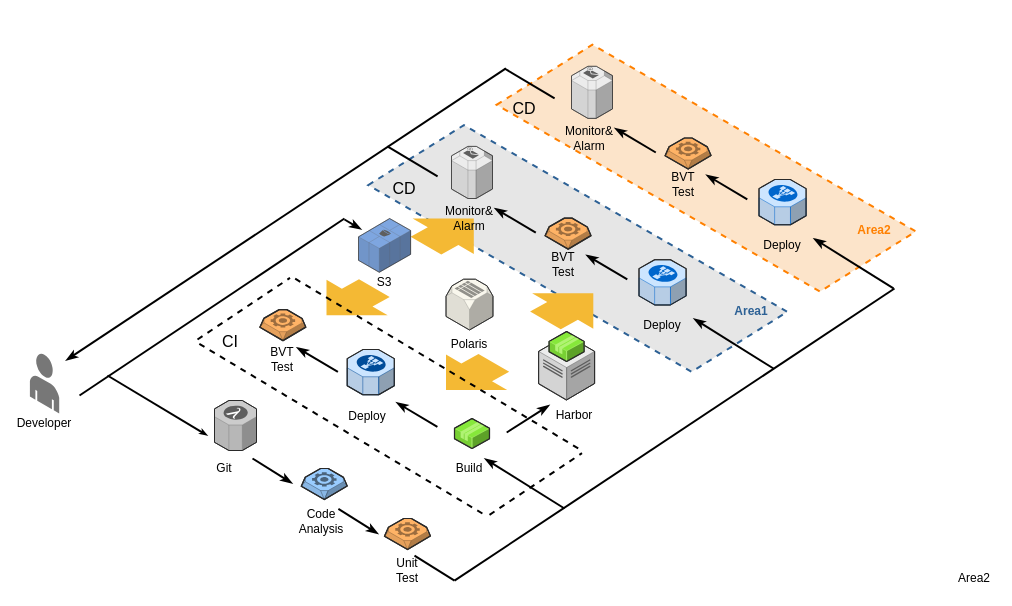
The draw.io diagram page "第 2 页" (2 of 2) of 未命名绘图.drawio in Mr-lixh/diagrams, before the edit. Source tidied: cells renumbered, new cells numbered last; positions are measured from the earlier drawing's top-left corner, leaving out a move shared by most shapes. Both pictures are drawn from the tidied source at 100%, with x=0, y=0 at pixel (24, 66).
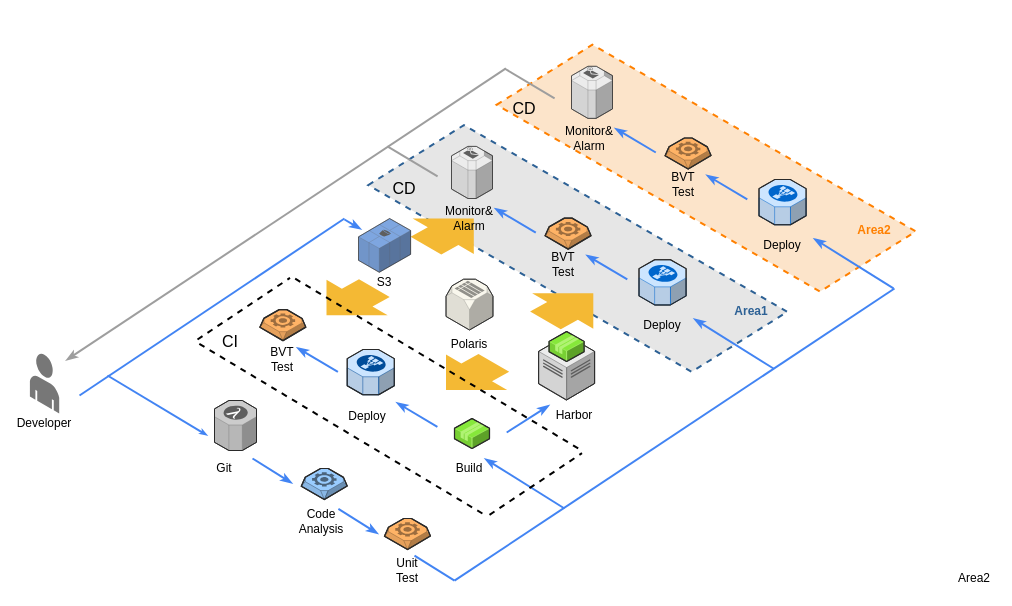
The same page after the edit.

Commit message:
更新未命名绘图.drawio

What changed in the source:
```diff
@@
-    <mxCell id="11" style="endArrow=none;html=1;sourcePerimeterSpacing=8;targetPerimeterSpacing=8;strokeWidth=2;startArrow=none;startFill=0;endFill=0;" parent="1" edge="1">
+    <mxCell id="11" style="endArrow=none;html=1;sourcePerimeterSpacing=8;targetPerimeterSpacing=8;strokeWidth=2;startArrow=none;startFill=0;endFill=0;strokeColor=#4284f3;" parent="1" edge="1">
       <mxGeometry relative="1" as="geometry">
         <mxPoint x="55" y="329" as="sourcePoint" />
         <mxPoint x="320" y="152" as="targetPoint" />
       </mxGeometry>
     </mxCell>
@@
-    <mxCell id="15" style="endArrow=none;html=1;startSize=2;endSize=2;sourcePerimeterSpacing=8;targetPerimeterSpacing=8;strokeWidth=2;endFill=0;startArrow=classicThin;startFill=1;" parent="1" edge="1">
+    <mxCell id="15" style="endArrow=none;html=1;startSize=2;endSize=2;sourcePerimeterSpacing=8;targetPerimeterSpacing=8;strokeWidth=2;endFill=0;startArrow=classicThin;startFill=1;strokeColor=#4284f3;" parent="1" edge="1">
       <mxGeometry relative="1" as="geometry">
         <mxPoint x="183" y="369" as="sourcePoint" />
         <mxPoint x="83" y="309" as="targetPoint" />
       </mxGeometry>
     </mxCell>
@@
-    <mxCell id="20" style="endArrow=classicThin;html=1;sourcePerimeterSpacing=8;targetPerimeterSpacing=8;strokeWidth=2;startArrow=none;startFill=0;endFill=1;" parent="1" edge="1">
+    <mxCell id="20" style="endArrow=classicThin;html=1;sourcePerimeterSpacing=8;targetPerimeterSpacing=8;strokeWidth=2;startArrow=none;startFill=0;endFill=1;strokeColor=#4284f3;" parent="1" edge="1">
       <mxGeometry relative="1" as="geometry">
         <mxPoint x="228" y="392" as="sourcePoint" />
         <mxPoint x="268" y="417" as="targetPoint" />
       </mxGeometry>
     </mxCell>
-    <mxCell id="21" style="endArrow=classicThin;html=1;sourcePerimeterSpacing=8;targetPerimeterSpacing=8;strokeWidth=2;startArrow=none;startFill=0;endFill=1;" parent="1" edge="1">
+    <mxCell id="21" style="endArrow=classicThin;html=1;sourcePerimeterSpacing=8;targetPerimeterSpacing=8;strokeWidth=2;startArrow=none;startFill=0;endFill=1;strokeColor=#4284f3;" parent="1" edge="1">
       <mxGeometry relative="1" as="geometry">
         <mxPoint x="313.9" y="442.4" as="sourcePoint" />
         <mxPoint x="353.9" y="467.4" as="targetPoint" />
       </mxGeometry>
     </mxCell>
-    <mxCell id="22" style="endArrow=none;html=1;sourcePerimeterSpacing=8;targetPerimeterSpacing=8;strokeWidth=2;startArrow=none;startFill=0;endFill=0;" parent="1" edge="1">
+    <mxCell id="22" style="endArrow=none;html=1;sourcePerimeterSpacing=8;targetPerimeterSpacing=8;strokeWidth=2;startArrow=none;startFill=0;endFill=0;strokeColor=#4284f3;" parent="1" edge="1">
       <mxGeometry relative="1" as="geometry">
         <mxPoint x="390" y="489.2" as="sourcePoint" />
         <mxPoint x="430" y="514.2" as="targetPoint" />
       </mxGeometry>
     </mxCell>
-    <mxCell id="23" style="endArrow=none;html=1;sourcePerimeterSpacing=8;targetPerimeterSpacing=8;strokeWidth=2;startArrow=none;startFill=0;endFill=0;" parent="1" edge="1">
+    <mxCell id="23" style="endArrow=none;html=1;sourcePerimeterSpacing=8;targetPerimeterSpacing=8;strokeWidth=2;startArrow=none;startFill=0;endFill=0;strokeColor=#4284f3;" parent="1" edge="1">
       <mxGeometry relative="1" as="geometry">
         <mxPoint x="430" y="514.2" as="sourcePoint" />
         <mxPoint x="870" y="222" as="targetPoint" />
       </mxGeometry>
     </mxCell>
-    <mxCell id="24" style="endArrow=none;html=1;sourcePerimeterSpacing=8;targetPerimeterSpacing=8;strokeWidth=2;startArrow=classicThin;startFill=1;endFill=0;" parent="1" edge="1">
+    <mxCell id="24" style="endArrow=none;html=1;sourcePerimeterSpacing=8;targetPerimeterSpacing=8;strokeWidth=2;startArrow=classicThin;startFill=1;endFill=0;strokeColor=#4284f3;" parent="1" edge="1">
       <mxGeometry relative="1" as="geometry">
         <mxPoint x="460" y="392" as="sourcePoint" />
         <mxPoint x="540" y="442" as="targetPoint" />
       </mxGeometry>
     </mxCell>
@@
-    <mxCell id="30" style="endArrow=classicThin;html=1;sourcePerimeterSpacing=8;targetPerimeterSpacing=8;strokeWidth=2;startArrow=none;startFill=0;endFill=1;" parent="1" edge="1">
+    <mxCell id="30" style="endArrow=classicThin;html=1;sourcePerimeterSpacing=8;targetPerimeterSpacing=8;strokeWidth=2;startArrow=none;startFill=0;endFill=1;strokeColor=#4284f3;" parent="1" edge="1">
       <mxGeometry relative="1" as="geometry">
         <mxPoint x="482.2" y="366" as="sourcePoint" />
         <mxPoint x="525" y="338.6" as="targetPoint" />
       </mxGeometry>
     </mxCell>
-    <mxCell id="31" style="endArrow=none;html=1;sourcePerimeterSpacing=8;targetPerimeterSpacing=8;strokeWidth=2;startArrow=classicThin;startFill=1;endFill=0;" parent="1" edge="1">
+    <mxCell id="31" style="endArrow=none;html=1;sourcePerimeterSpacing=8;targetPerimeterSpacing=8;strokeWidth=2;startArrow=classicThin;startFill=1;endFill=0;strokeColor=#4284f3;" parent="1" edge="1">
       <mxGeometry relative="1" as="geometry">
         <mxPoint x="371.6" y="335.8" as="sourcePoint" />
         <mxPoint x="412.9" y="360.3" as="targetPoint" />
       </mxGeometry>
     </mxCell>
@@
-    <mxCell id="35" style="endArrow=none;html=1;sourcePerimeterSpacing=8;targetPerimeterSpacing=8;strokeWidth=2;startArrow=classicThin;startFill=1;endFill=0;" parent="1" edge="1">
+    <mxCell id="35" style="endArrow=none;html=1;sourcePerimeterSpacing=8;targetPerimeterSpacing=8;strokeWidth=2;startArrow=classicThin;startFill=1;endFill=0;strokeColor=#4284f3;" parent="1" edge="1">
       <mxGeometry relative="1" as="geometry">
         <mxPoint x="272.1" y="280.9" as="sourcePoint" />
         <mxPoint x="313.4" y="305.4" as="targetPoint" />
       </mxGeometry>
     </mxCell>
@@
-    <mxCell id="44" style="endArrow=none;html=1;sourcePerimeterSpacing=8;targetPerimeterSpacing=8;strokeWidth=2;startArrow=classicThin;startFill=1;endFill=0;" parent="1" edge="1">
+    <mxCell id="44" style="endArrow=none;html=1;sourcePerimeterSpacing=8;targetPerimeterSpacing=8;strokeWidth=2;startArrow=classicThin;startFill=1;endFill=0;strokeColor=#4284f3;" parent="1" edge="1">
       <mxGeometry relative="1" as="geometry">
         <mxPoint x="669" y="252" as="sourcePoint" />
         <mxPoint x="749" y="302" as="targetPoint" />
       </mxGeometry>
     </mxCell>
@@
-    <mxCell id="48" style="endArrow=none;html=1;sourcePerimeterSpacing=8;targetPerimeterSpacing=8;strokeWidth=2;startArrow=classicThin;startFill=1;endFill=0;" parent="1" edge="1">
+    <mxCell id="48" style="endArrow=none;html=1;sourcePerimeterSpacing=8;targetPerimeterSpacing=8;strokeWidth=2;startArrow=classicThin;startFill=1;endFill=0;strokeColor=#4284f3;" parent="1" edge="1">
       <mxGeometry relative="1" as="geometry">
         <mxPoint x="561.5" y="188.4" as="sourcePoint" />
         <mxPoint x="602.8" y="212.9" as="targetPoint" />
       </mxGeometry>
     </mxCell>
@@
-    <mxCell id="50" style="endArrow=classicThin;html=1;sourcePerimeterSpacing=8;targetPerimeterSpacing=8;strokeWidth=2;startArrow=none;startFill=0;endFill=1;" parent="1" edge="1">
+    <mxCell id="50" style="endArrow=classicThin;html=1;sourcePerimeterSpacing=8;targetPerimeterSpacing=8;strokeWidth=2;startArrow=none;startFill=0;endFill=1;strokeColor=#4284f3;" parent="1" edge="1">
       <mxGeometry relative="1" as="geometry">
         <mxPoint x="320" y="153" as="sourcePoint" />
         <mxPoint x="337" y="163" as="targetPoint" />
       </mxGeometry>
     </mxCell>
@@
-    <mxCell id="52" style="endArrow=none;html=1;sourcePerimeterSpacing=8;targetPerimeterSpacing=8;strokeWidth=2;startArrow=classicThin;startFill=1;endFill=0;" parent="1" edge="1">
+    <mxCell id="52" style="endArrow=none;html=1;sourcePerimeterSpacing=8;targetPerimeterSpacing=8;strokeWidth=2;startArrow=classicThin;startFill=1;endFill=0;strokeColor=#4284f3;" parent="1" edge="1">
       <mxGeometry relative="1" as="geometry">
         <mxPoint x="470" y="141.6" as="sourcePoint" />
         <mxPoint x="511.3" y="166.1" as="targetPoint" />
       </mxGeometry>
     </mxCell>
@@
-    <mxCell id="57" style="endArrow=none;html=1;sourcePerimeterSpacing=8;targetPerimeterSpacing=8;strokeWidth=2;startArrow=classicThin;startFill=1;endFill=0;" parent="1" edge="1">
+    <mxCell id="57" style="endArrow=none;html=1;sourcePerimeterSpacing=8;targetPerimeterSpacing=8;strokeWidth=2;startArrow=classicThin;startFill=1;endFill=0;strokeColor=#4284f3;" parent="1" edge="1">
       <mxGeometry relative="1" as="geometry">
         <mxPoint x="789" y="171.9" as="sourcePoint" />
         <mxPoint x="869" y="221.9" as="targetPoint" />
       </mxGeometry>
     </mxCell>
@@
-    <mxCell id="61" style="endArrow=none;html=1;sourcePerimeterSpacing=8;targetPerimeterSpacing=8;strokeWidth=2;startArrow=classicThin;startFill=1;endFill=0;" parent="1" edge="1">
+    <mxCell id="61" style="endArrow=none;html=1;sourcePerimeterSpacing=8;targetPerimeterSpacing=8;strokeWidth=2;startArrow=classicThin;startFill=1;endFill=0;strokeColor=#4284f3;" parent="1" edge="1">
       <mxGeometry relative="1" as="geometry">
         <mxPoint x="681.5" y="108.3" as="sourcePoint" />
         <mxPoint x="722.8" y="132.8" as="targetPoint" />
       </mxGeometry>
     </mxCell>
@@
-    <mxCell id="64" style="endArrow=none;html=1;sourcePerimeterSpacing=8;targetPerimeterSpacing=8;strokeWidth=2;startArrow=classicThin;startFill=1;endFill=0;" parent="1" edge="1">
+    <mxCell id="64" style="endArrow=none;html=1;sourcePerimeterSpacing=8;targetPerimeterSpacing=8;strokeWidth=2;startArrow=classicThin;startFill=1;endFill=0;strokeColor=#4284f3;" parent="1" edge="1">
       <mxGeometry relative="1" as="geometry">
         <mxPoint x="590" y="61.5" as="sourcePoint" />
         <mxPoint x="631.3" y="86" as="targetPoint" />
       </mxGeometry>
     </mxCell>
@@
-    <mxCell id="68" style="endArrow=none;html=1;sourcePerimeterSpacing=8;targetPerimeterSpacing=8;strokeWidth=2;startArrow=classicThin;startFill=1;endFill=0;" parent="1" edge="1">
+    <mxCell id="68" style="endArrow=none;html=1;sourcePerimeterSpacing=8;targetPerimeterSpacing=8;strokeWidth=2;startArrow=classicThin;startFill=1;endFill=0;strokeColor=#9e9e9e;" parent="1" edge="1">
       <mxGeometry relative="1" as="geometry">
         <mxPoint x="41.3" y="294" as="sourcePoint" />
         <mxPoint x="481.4" y="1.9" as="targetPoint" />
       </mxGeometry>
     </mxCell>
-    <mxCell id="69" style="endArrow=none;html=1;sourcePerimeterSpacing=8;targetPerimeterSpacing=8;strokeWidth=2;startArrow=none;startFill=0;endFill=0;" parent="1" edge="1">
+    <mxCell id="69" style="endArrow=none;html=1;sourcePerimeterSpacing=8;targetPerimeterSpacing=8;strokeWidth=2;startArrow=none;startFill=0;endFill=0;strokeColor=#9e9e9e;" parent="1" edge="1">
       <mxGeometry relative="1" as="geometry">
         <mxPoint x="480" y="2" as="sourcePoint" />
         <mxPoint x="530.1" y="31.9" as="targetPoint" />
       </mxGeometry>
     </mxCell>
-    <mxCell id="70" style="endArrow=none;html=1;sourcePerimeterSpacing=8;targetPerimeterSpacing=8;strokeWidth=2;startArrow=none;startFill=0;endFill=0;" parent="1" edge="1">
+    <mxCell id="70" style="endArrow=none;html=1;sourcePerimeterSpacing=8;targetPerimeterSpacing=8;strokeWidth=2;startArrow=none;startFill=0;endFill=0;strokeColor=#9e9e9e;" parent="1" edge="1">
       <mxGeometry relative="1" as="geometry">
         <mxPoint x="362.9" y="79.9" as="sourcePoint" />
         <mxPoint x="413.1" y="109.8" as="targetPoint" />
       </mxGeometry>
     </mxCell>
```
